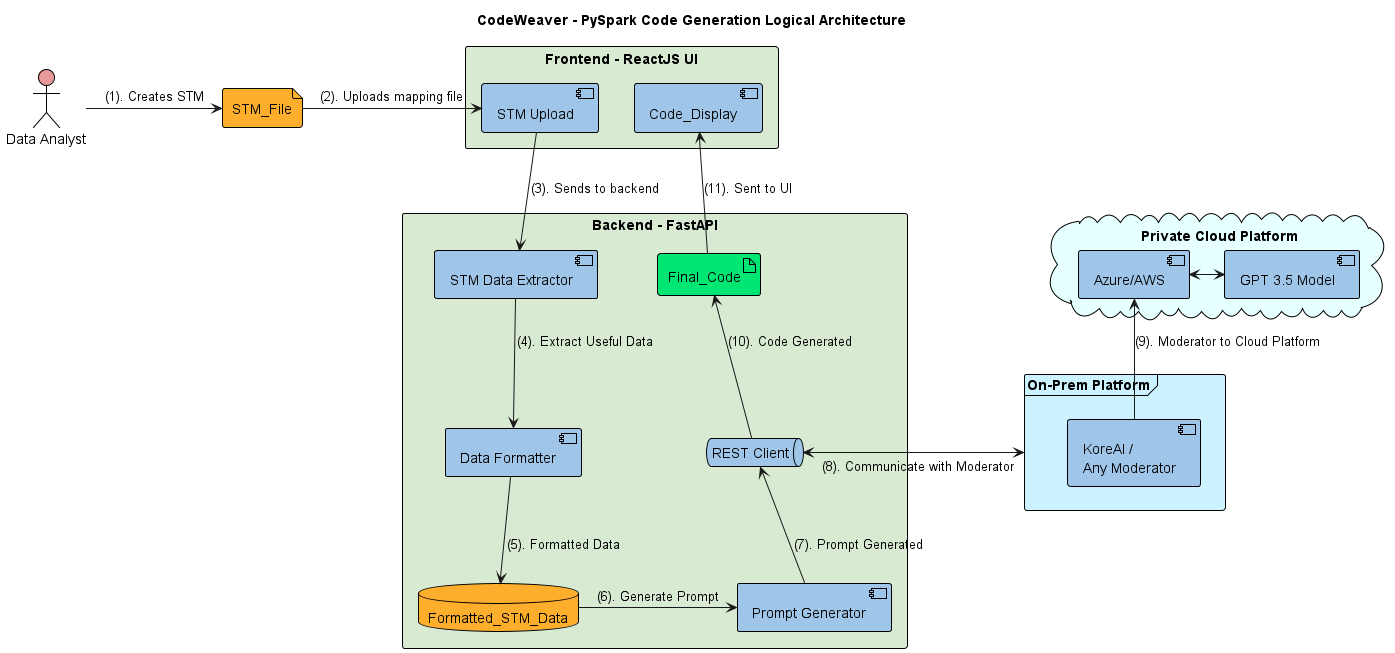
The PlantUML diagram docs/pngs/logical_architecture_pnc_proposal.png in kushagrasoni/cw_backend, before a commit.
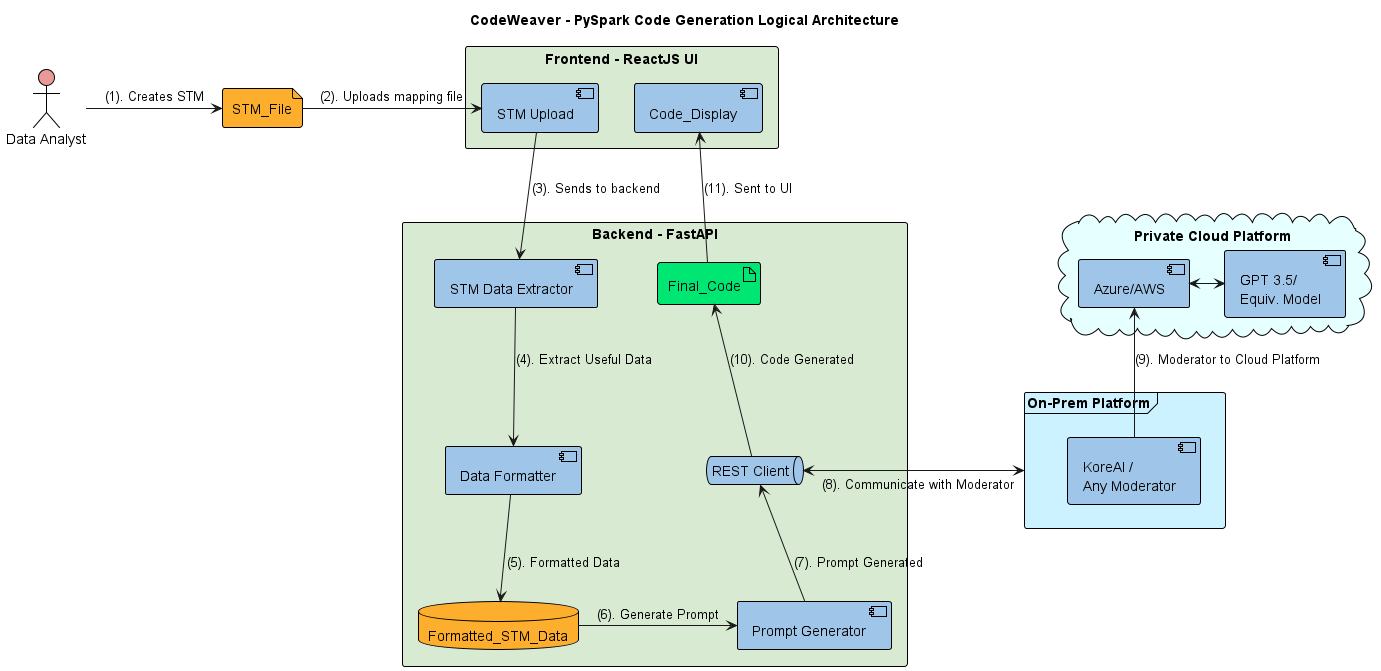
After the change.

Commit message:
* UML Updates * Added Azure OpenAI Integration

Diff of the diagram source:
```diff
@@ -31,7 +31,7 @@
 
 cloud Cloud_Platform as "Private Cloud Platform" {
     component Azure_Cloud as "Azure/AWS"
-    component OpenAI as "GPT 3.5 Model"
+    component OpenAI as "GPT 3.5/\nEquiv. Model"
 }
 
 
```
